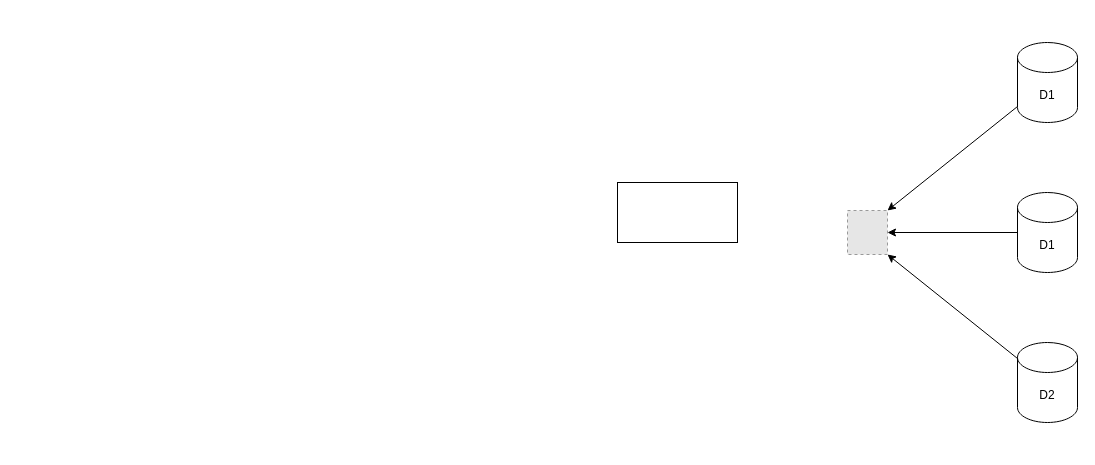
The draw.io diagram Huawei Arc.drawio in KareemEl-Giushy/Huawei-Cloud-Diagrams, before the edit. Source tidied: cells renumbered, new cells numbered last; positions are measured from the earlier drawing's top-left corner, leaving out a move shared by most shapes. Both pictures are drawn from the tidied source at 100%, with x=0, y=0 at pixel (617, 42). Pictures stored in the file or linked from it are replaced by grey dashed boxes.
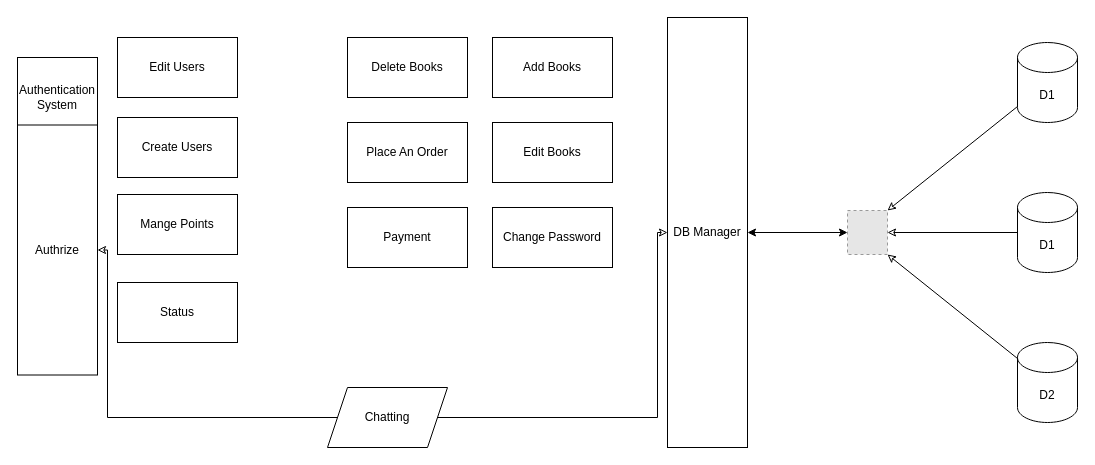
The same page after the edit.

Unchanged cells that the change refers to:
```xml
<mxCell id="3" value="D1" style="shape=cylinder3;whiteSpace=wrap;html=1;boundedLbl=1;backgroundOutline=1;size=15;" parent="1" vertex="1">
  <mxGeometry x="400" width="60" height="80" as="geometry" />
</mxCell>
<mxCell id="5" value="D1" style="shape=cylinder3;whiteSpace=wrap;html=1;boundedLbl=1;backgroundOutline=1;size=15;" parent="1" vertex="1">
  <mxGeometry x="400" y="150" width="60" height="80" as="geometry" />
</mxCell>
<mxCell id="7" value="D2" style="shape=cylinder3;whiteSpace=wrap;html=1;boundedLbl=1;backgroundOutline=1;size=15;" parent="1" vertex="1">
  <mxGeometry x="400" y="300" width="60" height="80" as="geometry" />
</mxCell>
<mxCell id="9" style="fillColor=#E6E6E6;strokeColor=#999999;dashed=1;verticalLabelPosition=bottom;labelBackgroundColor=default;verticalAlign=top;" parent="1" vertex="1">
  <mxGeometry x="230" y="168" width="40" height="44" as="geometry" />
</mxCell>
```

Diff of the diagram source:
```diff
@@
-    <mxCell id="2" style="rounded=0;jettySize=auto;html=1;entryX=1;entryY=0;entryDx=0;entryDy=0;" parent="1" edge="1" source="3" target="9">
+    <mxCell id="2" style="rounded=0;jettySize=auto;html=1;entryX=1;entryY=0;entryDx=0;entryDy=0;startArrow=none;startFill=0;endArrow=classic;endFill=0;" parent="1" edge="1" source="3" target="9">
       <mxGeometry relative="1" as="geometry" />
     </mxCell>
@@
-    <mxCell id="4" style="edgeStyle=none;rounded=0;jettySize=auto;html=1;entryX=1;entryY=0.5;entryDx=0;entryDy=0;" parent="1" edge="1" source="5" target="9">
+    <mxCell id="4" style="edgeStyle=none;rounded=0;jettySize=auto;html=1;entryX=1;entryY=0.5;entryDx=0;entryDy=0;startArrow=none;startFill=0;endArrow=classic;endFill=0;" parent="1" edge="1" source="5" target="9">
       <mxGeometry relative="1" as="geometry" />
     </mxCell>
@@
-    <mxCell id="6" style="edgeStyle=none;rounded=0;jettySize=auto;html=1;entryX=1;entryY=1;entryDx=0;entryDy=0;" parent="1" edge="1" source="7" target="9">
+    <mxCell id="6" style="edgeStyle=none;rounded=0;jettySize=auto;html=1;entryX=1;entryY=1;entryDx=0;entryDy=0;startArrow=none;startFill=0;endArrow=classic;endFill=0;" parent="1" edge="1" source="7" target="9">
       <mxGeometry relative="1" as="geometry" />
     </mxCell>
@@
-    <mxCell id="8" style="rounded=0;whiteSpace=wrap;html=1;" parent="1" vertex="1">
-      <mxGeometry y="140" width="120" height="60" as="geometry" />
+    <mxCell id="8" value="DB Manager" style="rounded=0;whiteSpace=wrap;html=1;" parent="1" vertex="1">
+      <mxGeometry x="50" y="-25" width="80" height="430" as="geometry" />
     </mxCell>
+    <mxCell id="10" style="edgeStyle=none;rounded=0;jettySize=auto;html=1;startArrow=classic;startFill=1;" parent="1" edge="1" source="9" target="8">
+      <mxGeometry relative="1" as="geometry" />
+    </mxCell>
@@
+    <mxCell id="11" value="Add Books" style="rounded=0;whiteSpace=wrap;html=1;" parent="1" vertex="1">
+      <mxGeometry x="-125" y="-5" width="120" height="60" as="geometry" />
+    </mxCell>
+    <mxCell id="12" value="Edit Books" style="rounded=0;whiteSpace=wrap;html=1;" parent="1" vertex="1">
+      <mxGeometry x="-125" y="80" width="120" height="60" as="geometry" />
+    </mxCell>
+    <mxCell id="13" value="Delete Books" style="rounded=0;whiteSpace=wrap;html=1;" parent="1" vertex="1">
+      <mxGeometry x="-270" y="-5" width="120" height="60" as="geometry" />
+    </mxCell>
+    <mxCell id="14" value="Place An Order" style="rounded=0;whiteSpace=wrap;html=1;" parent="1" vertex="1">
+      <mxGeometry x="-270" y="80" width="120" height="60" as="geometry" />
+    </mxCell>
+    <mxCell id="15" style="edgeStyle=orthogonalEdgeStyle;rounded=0;jettySize=auto;html=1;startArrow=none;startFill=0;endArrow=classic;endFill=0;" parent="1" edge="1" source="16" target="8">
+      <mxGeometry relative="1" as="geometry">
+        <Array as="points">
+          <mxPoint x="40" y="375" />
+          <mxPoint x="40" y="190" />
+        </Array>
+      </mxGeometry>
+    </mxCell>
+    <mxCell id="16" value="Chatting" style="shape=parallelogram;perimeter=parallelogramPerimeter;whiteSpace=wrap;html=1;fixedSize=1;" parent="1" vertex="1">
+      <mxGeometry x="-290" y="345" width="120" height="60" as="geometry" />
+    </mxCell>
+    <mxCell id="17" style="group;" parent="1" vertex="1">
+      <mxGeometry x="-600" y="15" width="80" height="317.5" as="geometry" />
+    </mxCell>
+    <mxCell id="18" value="Authentication System" style="whiteSpace=wrap;html=1;" parent="17" vertex="1">
+      <mxGeometry width="80" height="80" as="geometry" />
+    </mxCell>
+    <mxCell id="19" value="Authrize" style="rounded=0;whiteSpace=wrap;html=1;" parent="17" vertex="1">
+      <mxGeometry y="67.5" width="80" height="250" as="geometry" />
+    </mxCell>
+    <mxCell id="20" style="edgeStyle=orthogonalEdgeStyle;rounded=0;jettySize=auto;html=1;entryX=0;entryY=0.5;entryDx=0;entryDy=0;startArrow=classic;startFill=0;endArrow=none;endFill=0;" parent="1" edge="1" source="19" target="16">
+      <mxGeometry relative="1" as="geometry">
+        <Array as="points">
+          <mxPoint x="-510" y="208" />
+          <mxPoint x="-510" y="375" />
+        </Array>
+      </mxGeometry>
+    </mxCell>
+    <mxCell id="21" value="Change Password" style="rounded=0;whiteSpace=wrap;html=1;" parent="1" vertex="1">
+      <mxGeometry x="-125" y="165" width="120" height="60" as="geometry" />
+    </mxCell>
+    <mxCell id="22" value="Payment" style="rounded=0;whiteSpace=wrap;html=1;" parent="1" vertex="1">
+      <mxGeometry x="-270" y="165" width="120" height="60" as="geometry" />
+    </mxCell>
+    <mxCell id="23" value="Edit Users" style="rounded=0;whiteSpace=wrap;html=1;" parent="1" vertex="1">
+      <mxGeometry x="-500" y="-5" width="120" height="60" as="geometry" />
+    </mxCell>
+    <mxCell id="24" value="Create Users" style="rounded=0;whiteSpace=wrap;html=1;" parent="1" vertex="1">
+      <mxGeometry x="-500" y="75" width="120" height="60" as="geometry" />
+    </mxCell>
+    <mxCell id="25" value="Mange Points" style="rounded=0;whiteSpace=wrap;html=1;" parent="1" vertex="1">
+      <mxGeometry x="-500" y="152" width="120" height="60" as="geometry" />
+    </mxCell>
+    <mxCell id="26" value="Status" style="rounded=0;whiteSpace=wrap;html=1;" parent="1" vertex="1">
+      <mxGeometry x="-500" y="240" width="120" height="60" as="geometry" />
+    </mxCell>
```
